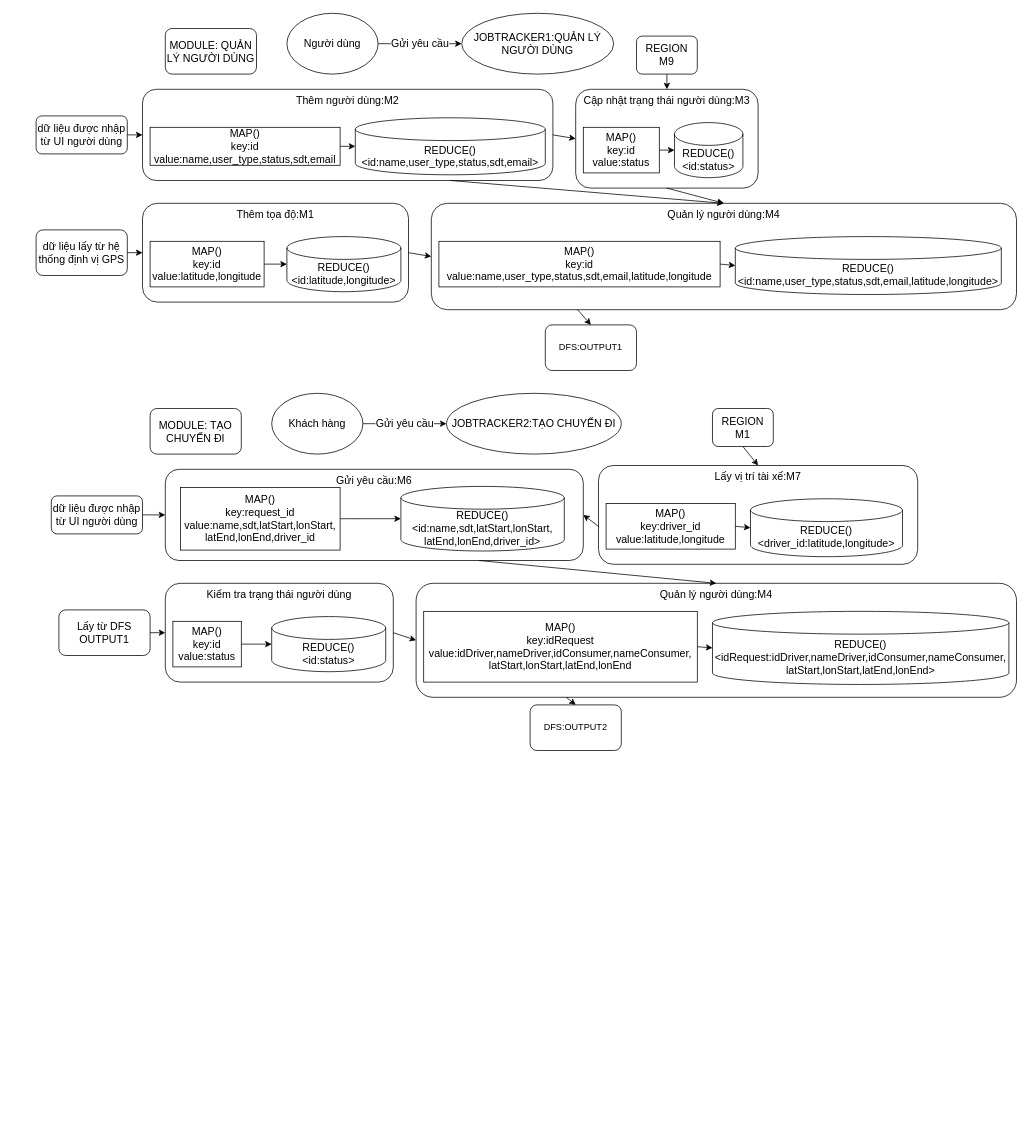
This is Untitled Diagram.drawio from nguyenmanhtuan2004/bigdataproject, a draw.io file, before an edit. Source tidied: cells renumbered, new cells numbered last; positions are measured from the earlier drawing's top-left corner, leaving out a move shared by most shapes. Both pictures are drawn from the tidied source at 76%, with x=0, y=0 at pixel (36, 13).
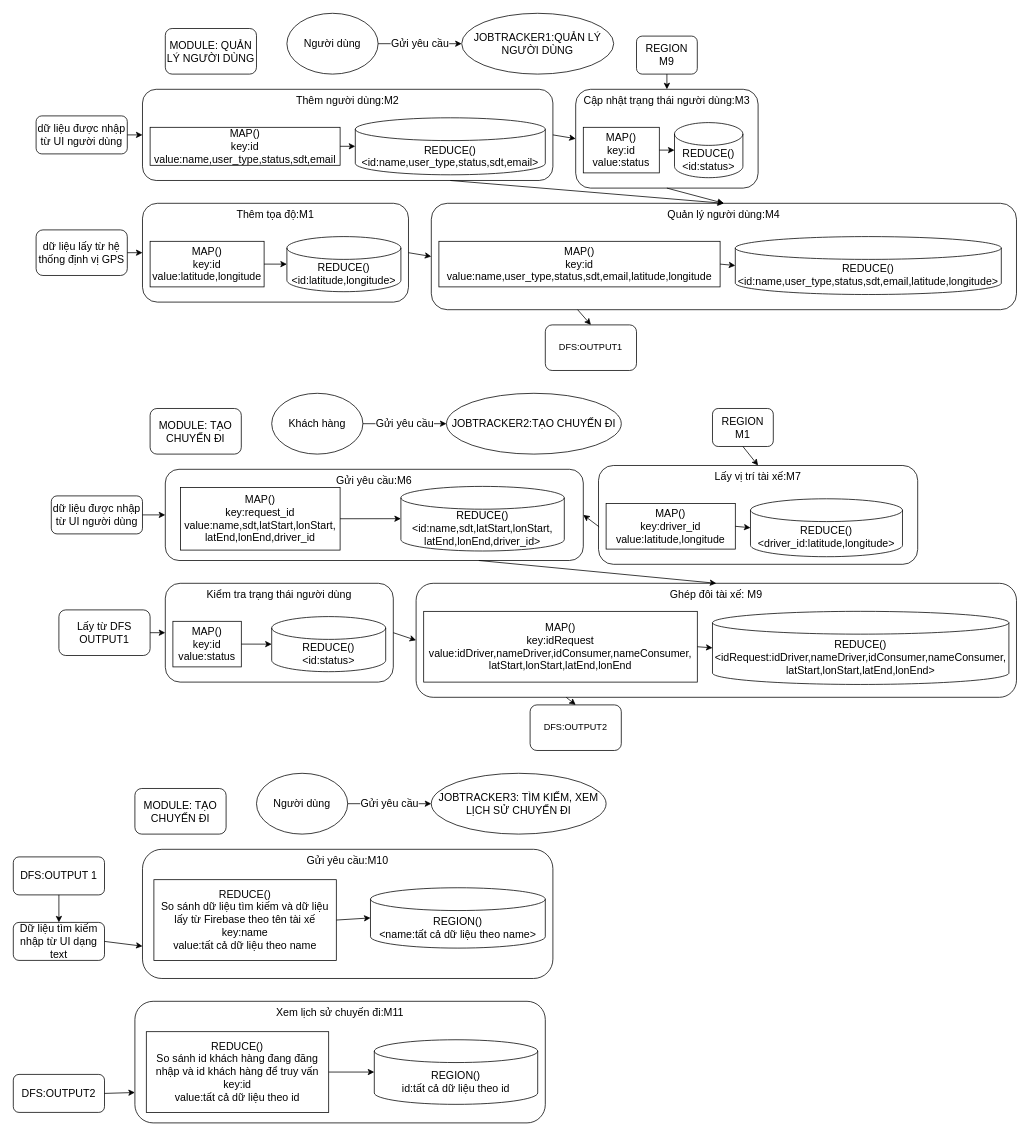
The same page after the edit.

Change to the diagram source:
```diff
@@
-    <mxCell id="56" value="&lt;div&gt;Quản lý người dùng:M4&lt;/div&gt;" style="rounded=1;whiteSpace=wrap;html=1;verticalAlign=top;fontSize=14;" parent="1" vertex="1">
+    <mxCell id="56" value="&lt;div&gt;Ghép đôi tài xế: M9&lt;/div&gt;" style="rounded=1;whiteSpace=wrap;html=1;verticalAlign=top;fontSize=14;" parent="1" vertex="1">
       <mxGeometry x="500" y="750" width="790" height="150" as="geometry" />
     </mxCell>
@@
+    <mxCell id="65" value="DFS:OUTPUT 1" style="rounded=1;whiteSpace=wrap;html=1;fontSize=14;" parent="1" vertex="1">
+      <mxGeometry x="-30" y="1110" width="120" height="50" as="geometry" />
+    </mxCell>
+    <mxCell id="66" value="MODULE: TẠO CHUYẾN ĐI" style="rounded=1;whiteSpace=wrap;html=1;fontSize=14;" parent="1" vertex="1">
+      <mxGeometry x="130" y="1020" width="120" height="60" as="geometry" />
+    </mxCell>
+    <mxCell id="67" value="Người dùng" style="ellipse;whiteSpace=wrap;html=1;fontSize=14;" parent="1" vertex="1">
+      <mxGeometry x="290" y="1000" width="120" height="80" as="geometry" />
+    </mxCell>
+    <mxCell id="68" value="Gửi yêu cầu" style="endArrow=classic;html=1;rounded=0;exitX=1;exitY=0.5;exitDx=0;exitDy=0;fontSize=14;" parent="1" edge="1" source="67" target="69">
+      <mxGeometry relative="1" as="geometry" />
+    </mxCell>
+    <mxCell id="69" value="JOBTRACKER3: TÌM KIẾM, XEM LỊCH SỬ CHUYẾN ĐI" style="ellipse;whiteSpace=wrap;html=1;fontSize=14;" parent="1" vertex="1">
+      <mxGeometry x="520" y="1000" width="230" height="80" as="geometry" />
+    </mxCell>
+    <mxCell id="70" value="&lt;div&gt;Gửi yêu cầu:M10&lt;/div&gt;" style="rounded=1;whiteSpace=wrap;html=1;verticalAlign=top;fontSize=14;" parent="1" vertex="1">
+      <mxGeometry x="140" y="1100" width="540" height="170" as="geometry" />
+    </mxCell>
+    <mxCell id="71" value="&lt;div&gt;REDUCE()&lt;/div&gt;&lt;div&gt;So sánh dữ liệu tìm kiếm và dữ liệu lấy từ Firebase theo tên tài xế&lt;/div&gt;&lt;div&gt;key:name&lt;/div&gt;&lt;div&gt;value:tất cả dữ liệu theo name&lt;/div&gt;" style="rounded=0;whiteSpace=wrap;html=1;fontSize=14;" parent="1" vertex="1">
+      <mxGeometry x="155" y="1140" width="240" height="106.2" as="geometry" />
+    </mxCell>
+    <mxCell id="72" value="REGION()&lt;div&gt;&lt;div&gt;&lt;span style=&quot;background-color: transparent; color: light-dark(rgb(0, 0, 0), rgb(255, 255, 255));&quot;&gt;&amp;lt;name:tất cả dữ liệu theo name&amp;gt;&lt;/span&gt;&lt;/div&gt;&lt;/div&gt;" style="shape=cylinder3;whiteSpace=wrap;html=1;boundedLbl=1;backgroundOutline=1;size=15;fontSize=14;" parent="1" vertex="1">
+      <mxGeometry x="440" y="1150.6" width="230" height="79.4" as="geometry" />
+    </mxCell>
+    <mxCell id="73" style="endArrow=classic;html=1;rounded=0;entryX=0;entryY=0.5;entryDx=0;entryDy=0;entryPerimeter=0;exitX=1;exitY=0.5;exitDx=0;exitDy=0;fontSize=14;" parent="1" edge="1" source="71" target="72">
+      <mxGeometry relative="1" as="geometry" />
+    </mxCell>
+    <mxCell id="74" value="Dữ liệu tìm kiếm nhập từ UI dạng text" style="rounded=1;whiteSpace=wrap;html=1;fontSize=14;" parent="1" vertex="1">
+      <mxGeometry x="-30" y="1196.2" width="120" height="50" as="geometry" />
+    </mxCell>
+    <mxCell id="75" style="endArrow=classic;html=1;rounded=0;exitX=0.5;exitY=1;exitDx=0;exitDy=0;entryX=0.5;entryY=0;entryDx=0;entryDy=0;" parent="1" edge="1" source="65" target="74">
+      <mxGeometry relative="1" as="geometry" />
+    </mxCell>
+    <mxCell id="76" style="endArrow=classic;html=1;rounded=0;exitX=1;exitY=0.5;exitDx=0;exitDy=0;entryX=0;entryY=0.75;entryDx=0;entryDy=0;" parent="1" edge="1" source="74" target="70">
+      <mxGeometry relative="1" as="geometry" />
+    </mxCell>
+    <mxCell id="77" value="&lt;div&gt;Xem lịch sử chuyến đi:M11&lt;/div&gt;" style="rounded=1;whiteSpace=wrap;html=1;verticalAlign=top;fontSize=14;" parent="1" vertex="1">
+      <mxGeometry x="130" y="1300" width="540" height="160" as="geometry" />
+    </mxCell>
+    <mxCell id="78" value="&lt;div&gt;REDUCE()&lt;/div&gt;&lt;div&gt;So sánh id khách hàng đang đăng nhập và id khách hàng để truy vấn&lt;/div&gt;&lt;div&gt;key:id&lt;/div&gt;&lt;div&gt;value:tất cả dữ liệu theo id&lt;/div&gt;" style="rounded=0;whiteSpace=wrap;html=1;fontSize=14;" parent="1" vertex="1">
+      <mxGeometry x="145" y="1340" width="240" height="106.2" as="geometry" />
+    </mxCell>
+    <mxCell id="79" value="REGION()&lt;div&gt;&lt;span style=&quot;background-color: transparent; color: light-dark(rgb(0, 0, 0), rgb(255, 255, 255));&quot;&gt;id:tất cả dữ liệu theo id&lt;/span&gt;&lt;/div&gt;" style="shape=cylinder3;whiteSpace=wrap;html=1;boundedLbl=1;backgroundOutline=1;size=15;fontSize=14;" parent="1" vertex="1">
+      <mxGeometry x="445" y="1350.6" width="215" height="85" as="geometry" />
+    </mxCell>
+    <mxCell id="80" style="endArrow=classic;html=1;rounded=0;entryX=0;entryY=0.5;entryDx=0;entryDy=0;entryPerimeter=0;exitX=1;exitY=0.5;exitDx=0;exitDy=0;fontSize=14;" parent="1" edge="1" source="78" target="79">
+      <mxGeometry relative="1" as="geometry" />
+    </mxCell>
+    <mxCell id="81" value="DFS:OUTPUT2" style="rounded=1;whiteSpace=wrap;html=1;fontSize=14;" parent="1" vertex="1">
+      <mxGeometry x="-30" y="1396.2" width="120" height="50" as="geometry" />
+    </mxCell>
+    <mxCell id="82" style="endArrow=classic;html=1;rounded=0;exitX=1;exitY=0.5;exitDx=0;exitDy=0;entryX=0;entryY=0.75;entryDx=0;entryDy=0;" parent="1" edge="1" source="81" target="77">
+      <mxGeometry relative="1" as="geometry" />
+    </mxCell>
```
